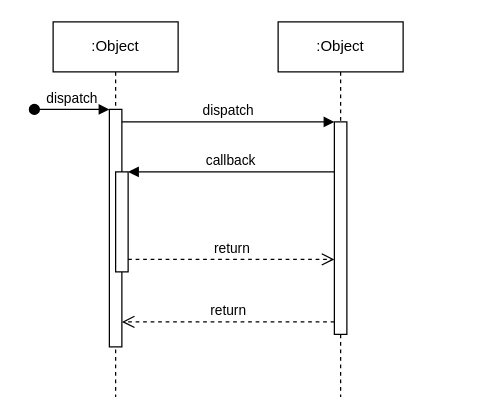
Earlier version of the draw.io diagram wps-sequence.drawio (waterwatermelon/graph). Source tidied: cells renumbered, new cells numbered last; positions are measured from the earlier drawing's top-left corner, leaving out a move shared by most shapes. Both pictures are drawn from the tidied source at 125%, with x=0, y=0 at pixel (34, 21).
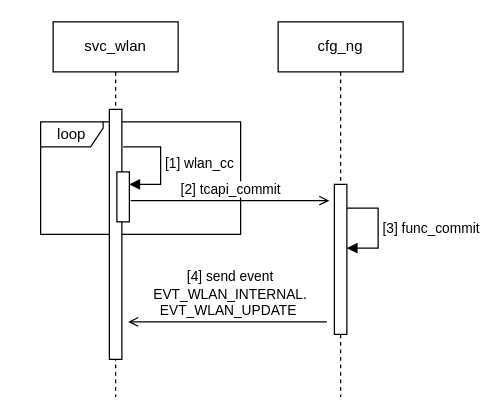
The same diagram, later.

The edit, as a diff of the source:
```diff
@@
 <mxGraphModel>
   <root>
     <mxCell id="0" />
     <mxCell id="1" parent="0" />
+    <mxCell id="12" value="loop" style="shape=umlFrame;whiteSpace=wrap;html=1;width=50;height=20;" parent="1" vertex="1">
+      <mxGeometry x="5" y="80" width="160" height="90" as="geometry" />
+    </mxCell>
-    <mxCell id="2" value=":Object" style="shape=umlLifeline;perimeter=lifelinePerimeter;whiteSpace=wrap;html=1;newEdgeStyle={&quot;edgeStyle&quot;:&quot;elbowEdgeStyle&quot;,&quot;elbow&quot;:&quot;vertical&quot;,&quot;curved&quot;:0,&quot;rounded&quot;:0};" parent="1" vertex="1">
+    <mxCell id="2" value="svc_wlan" style="shape=umlLifeline;perimeter=lifelinePerimeter;whiteSpace=wrap;html=1;newEdgeStyle={&quot;edgeStyle&quot;:&quot;elbowEdgeStyle&quot;,&quot;elbow&quot;:&quot;vertical&quot;,&quot;curved&quot;:0,&quot;rounded&quot;:0};" parent="1" vertex="1">
       <mxGeometry x="15" width="100" height="300" as="geometry" />
     </mxCell>
     <mxCell id="3" style="html=1;points=[];perimeter=orthogonalPerimeter;outlineConnect=0;targetShapes=umlLifeline;portConstraint=eastwest;newEdgeStyle={&quot;edgeStyle&quot;:&quot;elbowEdgeStyle&quot;,&quot;elbow&quot;:&quot;vertical&quot;,&quot;curved&quot;:0,&quot;rounded&quot;:0};" parent="2" vertex="1">
-      <mxGeometry x="45" y="70" width="10" height="190" as="geometry" />
+      <mxGeometry x="45" y="70" width="10" height="200" as="geometry" />
     </mxCell>
-    <mxCell id="4" value="dispatch" style="html=1;verticalAlign=bottom;startArrow=oval;endArrow=block;startSize=8;edgeStyle=elbowEdgeStyle;elbow=vertical;curved=0;rounded=0;" parent="2" edge="1" target="3">
-      <mxGeometry relative="1" as="geometry">
-        <mxPoint x="-15" y="70" as="sourcePoint" />
-      </mxGeometry>
-    </mxCell>
-    <mxCell id="5" style="html=1;points=[];perimeter=orthogonalPerimeter;outlineConnect=0;targetShapes=umlLifeline;portConstraint=eastwest;newEdgeStyle={&quot;edgeStyle&quot;:&quot;elbowEdgeStyle&quot;,&quot;elbow&quot;:&quot;vertical&quot;,&quot;curved&quot;:0,&quot;rounded&quot;:0};" parent="2" vertex="1">
-      <mxGeometry x="50" y="120" width="10" height="80" as="geometry" />
-    </mxCell>
+    <mxCell id="13" style="html=1;points=[];perimeter=orthogonalPerimeter;outlineConnect=0;targetShapes=umlLifeline;portConstraint=eastwest;newEdgeStyle={&quot;edgeStyle&quot;:&quot;elbowEdgeStyle&quot;,&quot;elbow&quot;:&quot;vertical&quot;,&quot;curved&quot;:0,&quot;rounded&quot;:0};" parent="2" vertex="1">
+      <mxGeometry x="51" y="120" width="10" height="40" as="geometry" />
+    </mxCell>
+    <mxCell id="14" value="[1] wlan_cc" style="html=1;align=left;spacingLeft=2;endArrow=block;rounded=0;edgeStyle=orthogonalEdgeStyle;curved=0;rounded=0;" parent="2" edge="1" target="13">
+      <mxGeometry relative="1" as="geometry">
+        <mxPoint x="56" y="100" as="sourcePoint" />
+        <Array as="points">
+          <mxPoint x="86" y="130" />
+        </Array>
+      </mxGeometry>
+    </mxCell>
-    <mxCell id="6" value=":Object" style="shape=umlLifeline;perimeter=lifelinePerimeter;whiteSpace=wrap;html=1;newEdgeStyle={&quot;edgeStyle&quot;:&quot;elbowEdgeStyle&quot;,&quot;elbow&quot;:&quot;vertical&quot;,&quot;curved&quot;:0,&quot;rounded&quot;:0};" parent="1" vertex="1">
+    <mxCell id="6" value="cfg_ng" style="shape=umlLifeline;perimeter=lifelinePerimeter;whiteSpace=wrap;html=1;newEdgeStyle={&quot;edgeStyle&quot;:&quot;elbowEdgeStyle&quot;,&quot;elbow&quot;:&quot;vertical&quot;,&quot;curved&quot;:0,&quot;rounded&quot;:0};" parent="1" vertex="1">
       <mxGeometry x="195" width="100" height="300" as="geometry" />
     </mxCell>
-    <mxCell id="7" style="html=1;points=[];perimeter=orthogonalPerimeter;outlineConnect=0;targetShapes=umlLifeline;portConstraint=eastwest;newEdgeStyle={&quot;edgeStyle&quot;:&quot;elbowEdgeStyle&quot;,&quot;elbow&quot;:&quot;vertical&quot;,&quot;curved&quot;:0,&quot;rounded&quot;:0};" parent="6" vertex="1">
-      <mxGeometry x="45" y="80" width="10" height="170" as="geometry" />
-    </mxCell>
-    <mxCell id="8" value="dispatch" style="html=1;verticalAlign=bottom;endArrow=block;edgeStyle=elbowEdgeStyle;elbow=vertical;curved=0;rounded=0;" parent="1" edge="1" source="3" target="7">
-      <mxGeometry relative="1" as="geometry">
-        <Array as="points">
-          <mxPoint x="155" y="80" />
-        </Array>
-      </mxGeometry>
-    </mxCell>
-    <mxCell id="9" value="return" style="html=1;verticalAlign=bottom;endArrow=open;dashed=1;endSize=8;edgeStyle=elbowEdgeStyle;elbow=vertical;curved=0;rounded=0;" parent="1" edge="1" source="7" target="3">
-      <mxGeometry relative="1" as="geometry">
-        <Array as="points">
-          <mxPoint x="165" y="240" />
-        </Array>
-      </mxGeometry>
-    </mxCell>
-    <mxCell id="10" value="callback" style="html=1;verticalAlign=bottom;endArrow=block;edgeStyle=elbowEdgeStyle;elbow=vertical;curved=0;rounded=0;" parent="1" edge="1" source="7" target="5">
-      <mxGeometry relative="1" as="geometry">
-        <Array as="points">
-          <mxPoint x="165" y="120" />
-        </Array>
-      </mxGeometry>
-    </mxCell>
-    <mxCell id="11" value="return" style="html=1;verticalAlign=bottom;endArrow=open;dashed=1;endSize=8;edgeStyle=elbowEdgeStyle;elbow=vertical;curved=0;rounded=0;" parent="1" edge="1" source="5" target="7">
-      <mxGeometry relative="1" as="geometry">
-        <Array as="points">
-          <mxPoint x="155" y="190" />
-        </Array>
-      </mxGeometry>
-    </mxCell>
+    <mxCell id="15" style="html=1;perimeter=orthogonalPerimeter;targetShapes=umlLifeline;newEdgeStyle={&quot;edgeStyle&quot;:&quot;elbowEdgeStyle&quot;,&quot;elbow&quot;:&quot;vertical&quot;,&quot;curved&quot;:0,&quot;rounded&quot;:0};" parent="6" vertex="1">
+      <mxGeometry x="45" y="130" width="10" height="120" as="geometry" />
+    </mxCell>
+    <mxCell id="16" value="[3] func_commit" style="html=1;align=left;spacingLeft=2;endArrow=block;rounded=0;edgeStyle=orthogonalEdgeStyle;curved=0;rounded=0;" parent="6" edge="1">
+      <mxGeometry relative="1" as="geometry">
+        <mxPoint x="55" y="149" as="sourcePoint" />
+        <mxPoint x="55" y="181" as="targetPoint" />
+        <Array as="points">
+          <mxPoint x="80" y="181" />
+        </Array>
+      </mxGeometry>
+    </mxCell>
+    <mxCell id="17" value="&amp;nbsp;[2] tcapi_commit&amp;nbsp;" style="html=1;verticalAlign=bottom;endArrow=open;edgeStyle=elbowEdgeStyle;elbow=vertical;curved=0;rounded=0;endFill=0;" parent="1" edge="1">
+      <mxGeometry relative="1" as="geometry">
+        <mxPoint x="77" y="143" as="sourcePoint" />
+        <mxPoint x="236" y="143" as="targetPoint" />
+      </mxGeometry>
+    </mxCell>
+    <mxCell id="18" value="&lt;font style=&quot;font-size: 11px;&quot;&gt;&amp;nbsp;[4] send event&lt;br&gt;&amp;nbsp;EVT_WLAN_INTERNAL.&lt;br&gt;EVT_WLAN_UPDATE&lt;/font&gt;" style="html=1;verticalAlign=bottom;endArrow=none;edgeStyle=elbowEdgeStyle;elbow=vertical;curved=0;rounded=0;endFill=0;startArrow=open;startFill=0;" parent="1" edge="1">
+      <mxGeometry relative="1" as="geometry">
+        <mxPoint x="75" y="240" as="sourcePoint" />
+        <mxPoint x="234" y="240" as="targetPoint" />
+      </mxGeometry>
+    </mxCell>
   </root>
 </mxGraphModel>
```
